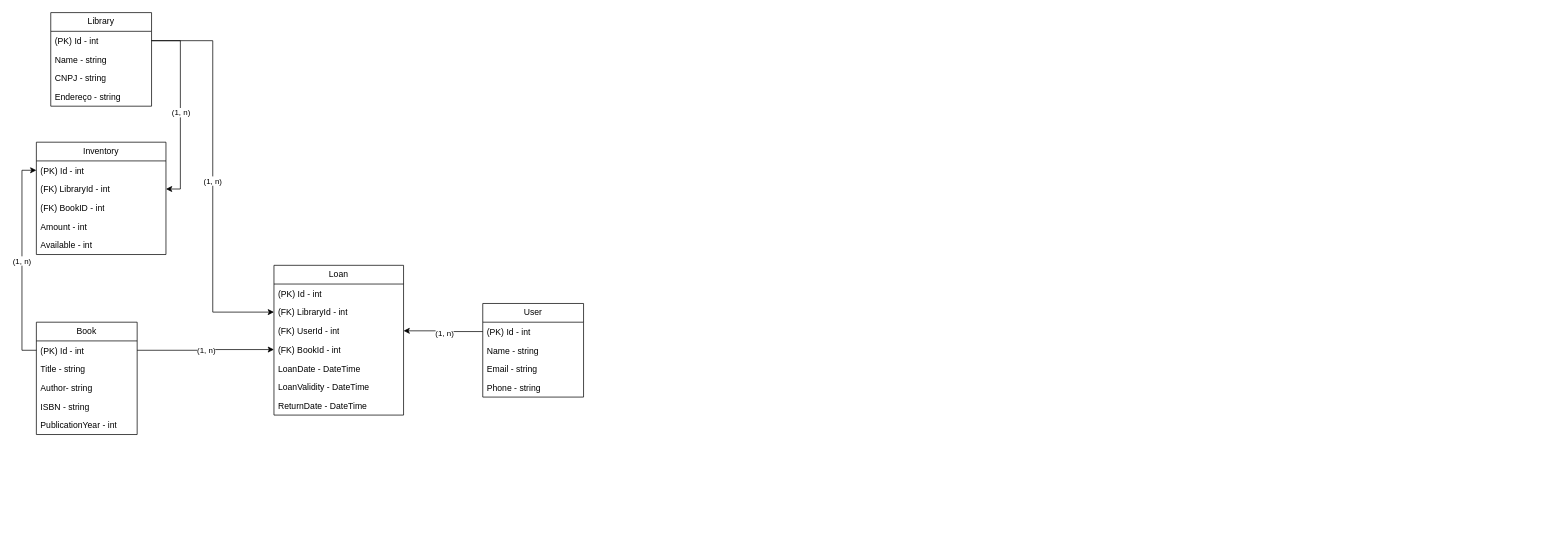
Above: Documentation/ModelagemDeDados.drawio in andrecini/desafio-gerenciador-de-biblioteca (draw.io), before the change. Source tidied: cells renumbered, new cells numbered last; positions are measured from the earlier drawing's top-left corner, leaving out a move shared by most shapes. Both pictures are drawn from the tidied source at 72%, with x=0, y=0 at pixel (36, 12).
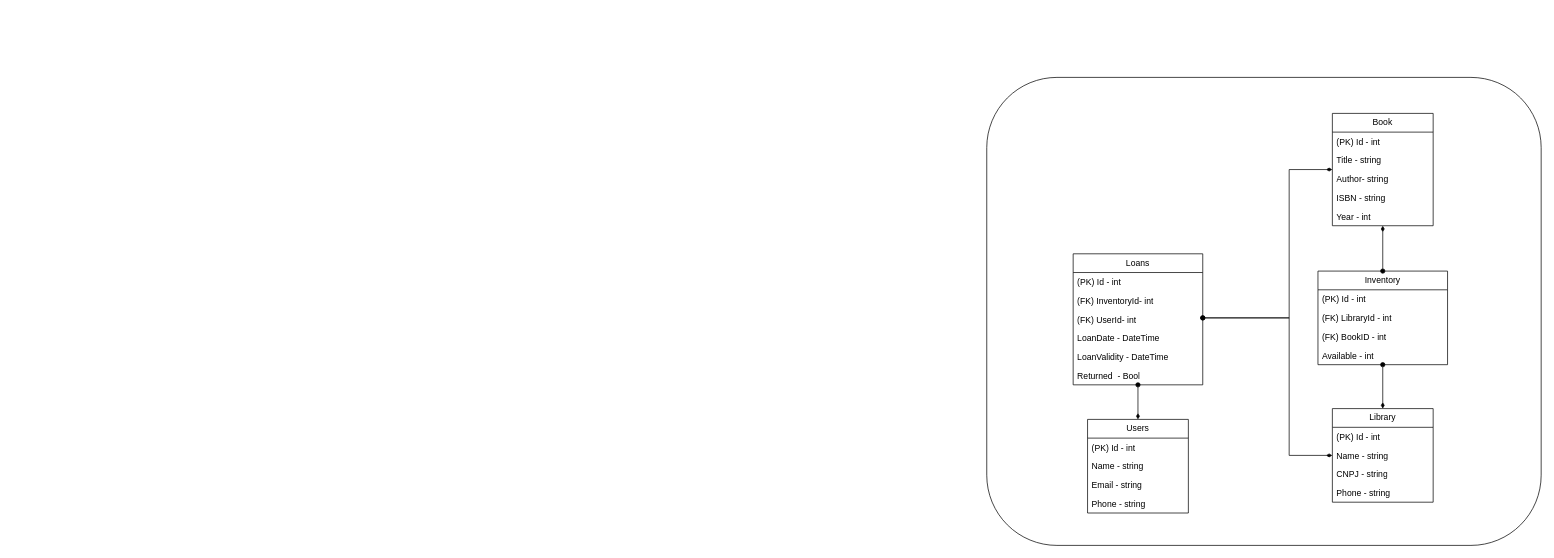
Above is the later version.

Unchanged cells that the change refers to:
```xml
<mxCell id="3" value="(PK) Id - int" style="text;strokeColor=none;fillColor=none;align=left;verticalAlign=top;spacingLeft=4;spacingRight=4;overflow=hidden;points=[[0,0.5],[1,0.5]];portConstraint=eastwest;whiteSpace=wrap;html=1;" parent="2" vertex="1">
  <mxGeometry y="26" width="140" height="26" as="geometry" />
</mxCell>
<mxCell id="9" value="(PK) Id - int" style="text;strokeColor=none;fillColor=none;align=left;verticalAlign=top;spacingLeft=4;spacingRight=4;overflow=hidden;points=[[0,0.5],[1,0.5]];portConstraint=eastwest;whiteSpace=wrap;html=1;" parent="8" vertex="1">
  <mxGeometry y="26" width="140" height="26" as="geometry" />
</mxCell>
<mxCell id="22" value="(PK) Id - int" style="text;strokeColor=none;fillColor=none;align=left;verticalAlign=top;spacingLeft=4;spacingRight=4;overflow=hidden;points=[[0,0.5],[1,0.5]];portConstraint=eastwest;whiteSpace=wrap;html=1;" parent="21" vertex="1">
  <mxGeometry y="26" width="140" height="26" as="geometry" />
</mxCell>
<mxCell id="27" value="(PK) Id - int" style="text;strokeColor=none;fillColor=none;align=left;verticalAlign=top;spacingLeft=4;spacingRight=4;overflow=hidden;points=[[0,0.5],[1,0.5]];portConstraint=eastwest;whiteSpace=wrap;html=1;" parent="26" vertex="1">
  <mxGeometry y="26" width="180" height="26" as="geometry" />
</mxCell>
<mxCell id="28" value="(FK) LibraryId - int" style="text;strokeColor=none;fillColor=none;align=left;verticalAlign=top;spacingLeft=4;spacingRight=4;overflow=hidden;points=[[0,0.5],[1,0.5]];portConstraint=eastwest;whiteSpace=wrap;html=1;" parent="26" vertex="1">
  <mxGeometry y="52" width="180" height="26" as="geometry" />
</mxCell>
```

Change to the diagram source:
```diff
@@
+    <mxCell id="42" style="group;" parent="1" vertex="1">
+      <mxGeometry x="1320" y="90" width="770" height="650" as="geometry" />
+    </mxCell>
+    <mxCell id="43" style="rounded=1;whiteSpace=wrap;html=1;" parent="42" vertex="1">
+      <mxGeometry width="770" height="650" as="geometry" />
+    </mxCell>
-    <mxCell id="2" value="Book" style="swimlane;fontStyle=0;horizontal=1;startSize=26;fillColor=none;whiteSpace=wrap;html=1;" parent="1" vertex="1">
-      <mxGeometry y="430" width="140" height="156" as="geometry" />
+    <mxCell id="2" value="Book" style="swimlane;fontStyle=0;horizontal=1;startSize=26;fillColor=none;whiteSpace=wrap;html=1;" parent="42" vertex="1">
+      <mxGeometry x="480" y="50" width="140" height="156" as="geometry" />
     </mxCell>
@@
-    <mxCell id="7" value="PublicationYear - int" style="text;strokeColor=none;fillColor=none;align=left;verticalAlign=top;spacingLeft=4;spacingRight=4;overflow=hidden;whiteSpace=wrap;html=1;" parent="2" vertex="1">
+    <mxCell id="7" value="Year - int" style="text;strokeColor=none;fillColor=none;align=left;verticalAlign=top;spacingLeft=4;spacingRight=4;overflow=hidden;whiteSpace=wrap;html=1;" parent="2" vertex="1">
       <mxGeometry y="130" width="140" height="26" as="geometry" />
     </mxCell>
-    <mxCell id="8" value="User" style="swimlane;fontStyle=0;horizontal=1;startSize=26;fillColor=none;whiteSpace=wrap;html=1;" parent="1" vertex="1">
-      <mxGeometry x="620" y="404" width="140" height="130" as="geometry" />
+    <mxCell id="8" value="Users" style="swimlane;fontStyle=0;horizontal=1;startSize=26;fillColor=none;whiteSpace=wrap;html=1;" parent="42" vertex="1">
+      <mxGeometry x="140" y="475" width="140" height="130" as="geometry" />
     </mxCell>
@@
+    <mxCell id="44" style="edgeStyle=orthogonalEdgeStyle;rounded=0;jettySize=auto;html=1;endArrow=diamondThin;endFill=1;startArrow=oval;startFill=1;" parent="42" edge="1" source="13" target="2">
+      <mxGeometry relative="1" as="geometry">
+        <Array as="points">
+          <mxPoint x="420" y="334" />
+          <mxPoint x="420" y="128" />
+        </Array>
+      </mxGeometry>
+    </mxCell>
+    <mxCell id="45" style="edgeStyle=orthogonalEdgeStyle;rounded=0;jettySize=auto;html=1;endArrow=diamondThin;endFill=1;startArrow=oval;startFill=1;" parent="42" edge="1" source="13" target="21">
+      <mxGeometry relative="1" as="geometry">
+        <Array as="points">
+          <mxPoint x="420" y="334" />
+          <mxPoint x="420" y="525" />
+        </Array>
+      </mxGeometry>
+    </mxCell>
+    <mxCell id="46" style="edgeStyle=orthogonalEdgeStyle;rounded=0;jettySize=auto;html=1;endArrow=diamondThin;endFill=1;startArrow=oval;startFill=1;" parent="42" edge="1" source="13" target="8">
+      <mxGeometry relative="1" as="geometry" />
+    </mxCell>
-    <mxCell id="13" value="Loan" style="swimlane;fontStyle=0;horizontal=1;startSize=26;fillColor=none;whiteSpace=wrap;html=1;" parent="1" vertex="1">
-      <mxGeometry x="330" y="351" width="180" height="208" as="geometry" />
+    <mxCell id="13" value="Loans" style="swimlane;fontStyle=0;horizontal=1;startSize=26;fillColor=none;whiteSpace=wrap;html=1;" parent="42" vertex="1">
+      <mxGeometry x="120" y="245" width="180" height="182" as="geometry" />
     </mxCell>
@@
-    <mxCell id="15" value="(FK) Library&lt;span style=&quot;background-color: initial;&quot;&gt;Id - int&lt;/span&gt;" style="text;strokeColor=none;fillColor=none;align=left;verticalAlign=top;spacingLeft=4;spacingRight=4;overflow=hidden;points=[[0,0.5],[1,0.5]];portConstraint=eastwest;whiteSpace=wrap;html=1;" parent="13" vertex="1">
+    <mxCell id="15" value="(FK) InventoryId&lt;span style=&quot;background-color: initial;&quot;&gt;- int&lt;/span&gt;" style="text;strokeColor=none;fillColor=none;align=left;verticalAlign=top;spacingLeft=4;spacingRight=4;overflow=hidden;points=[[0,0.5],[1,0.5]];portConstraint=eastwest;whiteSpace=wrap;html=1;" parent="13" vertex="1">
       <mxGeometry y="52" width="180" height="26" as="geometry" />
     </mxCell>
-    <mxCell id="16" value="(FK) UserId - int" style="text;strokeColor=none;fillColor=none;align=left;verticalAlign=top;spacingLeft=4;spacingRight=4;overflow=hidden;points=[[0,0.5],[1,0.5]];portConstraint=eastwest;whiteSpace=wrap;html=1;" parent="13" vertex="1">
-      <mxGeometry y="78" width="180" height="26" as="geometry" />
-    </mxCell>
-    <mxCell id="17" value="(FK) BookId - int" style="text;strokeColor=none;fillColor=none;align=left;verticalAlign=top;spacingLeft=4;spacingRight=4;overflow=hidden;points=[[0,0.5],[1,0.5]];portConstraint=eastwest;whiteSpace=wrap;html=1;" parent="13" vertex="1">
-      <mxGeometry y="104" width="180" height="26" as="geometry" />
+    <mxCell id="17" value="(FK) UserId- int" style="text;strokeColor=none;fillColor=none;align=left;verticalAlign=top;spacingLeft=4;spacingRight=4;overflow=hidden;points=[[0,0.5],[1,0.5]];portConstraint=eastwest;whiteSpace=wrap;html=1;" parent="13" vertex="1">
+      <mxGeometry y="78" width="180" height="26" as="geometry" />
     </mxCell>
     <mxCell id="18" value="LoanDate - DateTime" style="text;strokeColor=none;fillColor=none;align=left;verticalAlign=top;spacingLeft=4;spacingRight=4;overflow=hidden;whiteSpace=wrap;html=1;" parent="13" vertex="1">
-      <mxGeometry y="130" width="180" height="26" as="geometry" />
+      <mxGeometry y="104" width="180" height="26" as="geometry" />
     </mxCell>
     <mxCell id="19" value="LoanValidity - DateTime" style="text;strokeColor=none;fillColor=none;align=left;verticalAlign=top;spacingLeft=4;spacingRight=4;overflow=hidden;whiteSpace=wrap;html=1;" parent="13" vertex="1">
-      <mxGeometry y="156" width="180" height="26" as="geometry" />
+      <mxGeometry y="130" width="180" height="26" as="geometry" />
     </mxCell>
-    <mxCell id="20" value="ReturnDate   - DateTime" style="text;strokeColor=none;fillColor=none;align=left;verticalAlign=top;spacingLeft=4;spacingRight=4;overflow=hidden;whiteSpace=wrap;html=1;" parent="13" vertex="1">
-      <mxGeometry y="182" width="180" height="26" as="geometry" />
+    <mxCell id="20" value="Returned&amp;nbsp; - Bool" style="text;strokeColor=none;fillColor=none;align=left;verticalAlign=top;spacingLeft=4;spacingRight=4;overflow=hidden;whiteSpace=wrap;html=1;" parent="13" vertex="1">
+      <mxGeometry y="156" width="180" height="26" as="geometry" />
     </mxCell>
-    <mxCell id="21" value="Library" style="swimlane;fontStyle=0;horizontal=1;startSize=26;fillColor=none;whiteSpace=wrap;html=1;" parent="1" vertex="1">
-      <mxGeometry x="20" width="140" height="130" as="geometry" />
+    <mxCell id="21" value="Library" style="swimlane;fontStyle=0;horizontal=1;startSize=26;fillColor=none;whiteSpace=wrap;html=1;" parent="42" vertex="1">
+      <mxGeometry x="480" y="460" width="140" height="130" as="geometry" />
     </mxCell>
@@
-    <mxCell id="25" value="Endereço - string" style="text;strokeColor=none;fillColor=none;align=left;verticalAlign=top;spacingLeft=4;spacingRight=4;overflow=hidden;whiteSpace=wrap;html=1;" parent="21" vertex="1">
+    <mxCell id="25" value="Phone - string" style="text;strokeColor=none;fillColor=none;align=left;verticalAlign=top;spacingLeft=4;spacingRight=4;overflow=hidden;whiteSpace=wrap;html=1;" parent="21" vertex="1">
       <mxGeometry y="104" width="140" height="26" as="geometry" />
     </mxCell>
+    <mxCell id="47" style="edgeStyle=orthogonalEdgeStyle;rounded=0;jettySize=auto;html=1;entryX=0.5;entryY=0;entryDx=0;entryDy=0;endArrow=diamondThin;endFill=1;startArrow=oval;startFill=1;" parent="42" edge="1" source="26" target="21">
+      <mxGeometry relative="1" as="geometry" />
+    </mxCell>
+    <mxCell id="48" style="edgeStyle=orthogonalEdgeStyle;rounded=0;jettySize=auto;html=1;endArrow=diamondThin;endFill=1;startArrow=oval;startFill=1;" parent="42" edge="1" source="26" target="2">
+      <mxGeometry relative="1" as="geometry" />
+    </mxCell>
-    <mxCell id="26" value="Inventory" style="swimlane;fontStyle=0;horizontal=1;startSize=26;fillColor=none;whiteSpace=wrap;html=1;" parent="1" vertex="1">
-      <mxGeometry y="180" width="180" height="156" as="geometry" />
+    <mxCell id="26" value="Inventory" style="swimlane;fontStyle=0;horizontal=1;startSize=26;fillColor=none;whiteSpace=wrap;html=1;" parent="42" vertex="1">
+      <mxGeometry x="460" y="269" width="180" height="130" as="geometry" />
     </mxCell>
@@
-    <mxCell id="30" value="Amount - int" style="text;strokeColor=none;fillColor=none;align=left;verticalAlign=top;spacingLeft=4;spacingRight=4;overflow=hidden;whiteSpace=wrap;html=1;" parent="26" vertex="1">
-      <mxGeometry y="104" width="180" height="26" as="geometry" />
-    </mxCell>
     <mxCell id="31" value="Available - int" style="text;strokeColor=none;fillColor=none;align=left;verticalAlign=top;spacingLeft=4;spacingRight=4;overflow=hidden;whiteSpace=wrap;html=1;" parent="26" vertex="1">
-      <mxGeometry y="130" width="180" height="26" as="geometry" />
+      <mxGeometry y="104" width="180" height="26" as="geometry" />
     </mxCell>
-    <mxCell id="32" style="edgeStyle=orthogonalEdgeStyle;rounded=0;jettySize=auto;html=1;entryX=1;entryY=0.5;entryDx=0;entryDy=0;exitX=1;exitY=0.5;exitDx=0;exitDy=0;" parent="1" edge="1" source="22" target="28">
-      <mxGeometry relative="1" as="geometry" />
-    </mxCell>
-    <mxCell id="33" value="(1, n)" style="edgeLabel;html=1;align=center;verticalAlign=middle;" parent="32" vertex="1">
-      <mxGeometry x="-0.7" y="2" relative="1" as="geometry">
-        <mxPoint x="-2" y="99" as="offset" />
-      </mxGeometry>
-    </mxCell>
-    <mxCell id="34" style="edgeStyle=orthogonalEdgeStyle;rounded=0;jettySize=auto;html=1;entryX=0;entryY=0.5;entryDx=0;entryDy=0;exitX=0;exitY=0.5;exitDx=0;exitDy=0;" parent="1" edge="1" source="3" target="27">
-      <mxGeometry relative="1" as="geometry" />
-    </mxCell>
-    <mxCell id="35" value="(1, n)" style="edgeLabel;html=1;align=center;verticalAlign=middle;" parent="34" vertex="1">
-      <mxGeometry y="1" relative="1" as="geometry" />
-    </mxCell>
-    <mxCell id="36" style="edgeStyle=orthogonalEdgeStyle;rounded=0;jettySize=auto;html=1;exitX=1;exitY=0.5;exitDx=0;exitDy=0;entryX=0;entryY=0.5;entryDx=0;entryDy=0;" parent="1" edge="1" source="3" target="17">
-      <mxGeometry relative="1" as="geometry" />
-    </mxCell>
-    <mxCell id="37" value="(1, n)" style="edgeLabel;html=1;align=center;verticalAlign=middle;" parent="36" vertex="1">
-      <mxGeometry relative="1" as="geometry" />
-    </mxCell>
-    <mxCell id="38" style="edgeStyle=orthogonalEdgeStyle;rounded=0;jettySize=auto;html=1;entryX=1;entryY=0.5;entryDx=0;entryDy=0;" parent="1" edge="1" source="9" target="16">
-      <mxGeometry relative="1" as="geometry" />
-    </mxCell>
-    <mxCell id="39" value="(1, n)" style="edgeLabel;html=1;align=center;verticalAlign=middle;" parent="38" vertex="1">
-      <mxGeometry x="-0.03" y="1" relative="1" as="geometry" />
-    </mxCell>
-    <mxCell id="40" style="edgeStyle=orthogonalEdgeStyle;rounded=0;jettySize=auto;html=1;exitX=1;exitY=0.5;exitDx=0;exitDy=0;entryX=0;entryY=0.5;entryDx=0;entryDy=0;" parent="1" edge="1" source="22" target="15">
-      <mxGeometry relative="1" as="geometry" />
-    </mxCell>
-    <mxCell id="41" value="(1, n)" style="edgeLabel;html=1;align=center;verticalAlign=middle;" parent="40" vertex="1">
-      <mxGeometry x="0.02" y="-1" relative="1" as="geometry" />
-    </mxCell>
```
